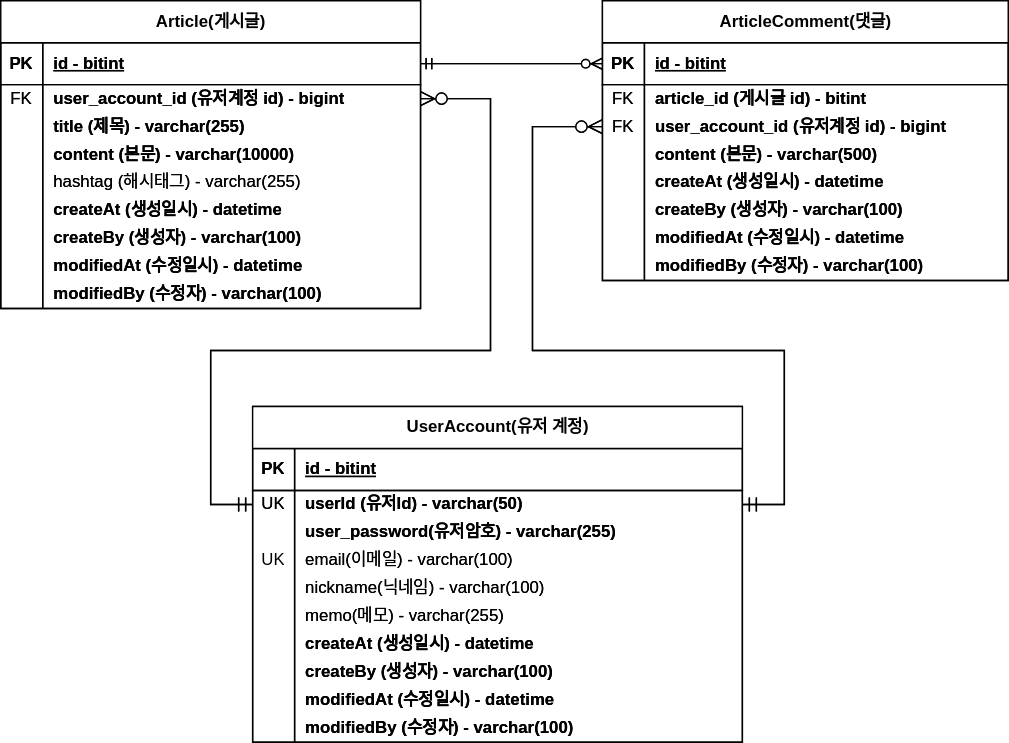
Above: document/board-project-erd.svg in ggamang-so/board-project (draw.io), before the change. Source tidied: cells renumbered, new cells last; positions are measured from the earlier drawing's top-left corner, leaving out a move shared by most shapes.
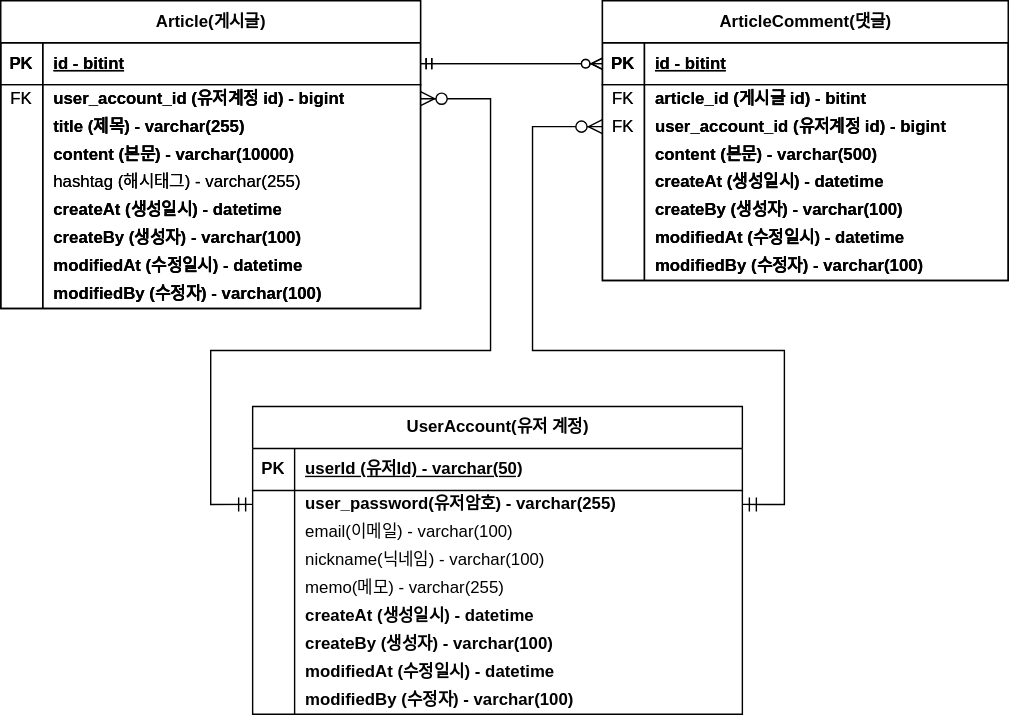
After the commit.

Commit message:
#41 - ERD 문서 수정: 회원 계정 user_id 를 PK 로 변경

Diff of the diagram source:
```diff
@@ -182,7 +182,7 @@
       <mxGeometry x="30" width="270" height="20" as="geometry" />
     </mxCell>
     <mxCell id="60" value="UserAccount(유저 계정)" style="shape=table;startSize=30;rowLines=0;fontStyle=1;align=center;html=1;" parent="1" vertex="1">
-      <mxGeometry x="180" y="290" width="350" height="240" as="geometry" />
+      <mxGeometry x="180" y="290" width="350" height="220" as="geometry" />
     </mxCell>
     <mxCell id="61" style="shape=tableRow;horizontal=0;startSize=0;swimlaneHead=0;swimlaneBody=0;fillColor=none;top=0;left=0;right=0;bottom=1;" parent="60" vertex="1">
       <mxGeometry y="30" width="350" height="30" as="geometry" />
@@ -190,20 +190,11 @@
     <mxCell id="62" value="PK" style="shape=partialRectangle;fillColor=none;top=0;left=0;bottom=0;right=0;fontStyle=1;overflow=hidden;whiteSpace=wrap;html=1;" parent="61" vertex="1">
       <mxGeometry width="30" height="30" as="geometry" />
     </mxCell>
-    <mxCell id="63" value="id - bitint" style="shape=partialRectangle;fillColor=none;top=0;left=0;bottom=0;right=0;align=left;spacingLeft=6;fontStyle=5;overflow=hidden;whiteSpace=wrap;html=1;" parent="61" vertex="1">
+    <mxCell id="63" value="userId (유저Id) - varchar(50)" style="shape=partialRectangle;fillColor=none;top=0;left=0;bottom=0;right=0;align=left;spacingLeft=6;fontStyle=5;overflow=hidden;whiteSpace=wrap;html=1;" parent="61" vertex="1">
       <mxGeometry x="30" width="320" height="30" as="geometry" />
     </mxCell>
-    <mxCell id="64" style="shape=tableRow;horizontal=0;startSize=0;swimlaneHead=0;swimlaneBody=0;fillColor=none;points=[[0,0.5],[1,0.5]];portConstraint=eastwest;top=0;left=0;right=0;bottom=0;" parent="60" vertex="1">
-      <mxGeometry y="60" width="350" height="20" as="geometry" />
-    </mxCell>
-    <mxCell id="65" value="UK" style="shape=partialRectangle;fillColor=none;top=0;left=0;bottom=0;right=0;overflow=hidden;whiteSpace=wrap;html=1;" parent="64" vertex="1">
-      <mxGeometry width="30" height="20" as="geometry" />
-    </mxCell>
-    <mxCell id="66" value="userId (유저Id) - varchar(50)" style="shape=partialRectangle;fillColor=none;top=0;left=0;bottom=0;right=0;align=left;spacingLeft=6;overflow=hidden;whiteSpace=wrap;html=1;fontStyle=1;" parent="64" vertex="1">
-      <mxGeometry x="30" width="320" height="20" as="geometry" />
-    </mxCell>
     <mxCell id="67" style="shape=tableRow;horizontal=0;startSize=0;swimlaneHead=0;swimlaneBody=0;fillColor=none;top=0;left=0;right=0;bottom=0;" parent="60" vertex="1">
-      <mxGeometry y="80" width="350" height="20" as="geometry" />
+      <mxGeometry y="60" width="350" height="20" as="geometry" />
     </mxCell>
     <mxCell id="68" style="shape=partialRectangle;fillColor=none;top=0;left=0;bottom=0;right=0;overflow=hidden;whiteSpace=wrap;html=1;" parent="67" vertex="1">
       <mxGeometry width="30" height="20" as="geometry" />
@@ -212,7 +203,7 @@
       <mxGeometry x="30" width="320" height="20" as="geometry" />
     </mxCell>
     <mxCell id="70" style="shape=tableRow;horizontal=0;startSize=0;swimlaneHead=0;swimlaneBody=0;fillColor=none;top=0;left=0;right=0;bottom=0;" parent="60" vertex="1">
-      <mxGeometry y="100" width="350" height="20" as="geometry" />
+      <mxGeometry y="80" width="350" height="20" as="geometry" />
     </mxCell>
     <mxCell id="71" style="shape=partialRectangle;fillColor=none;top=0;left=0;bottom=0;right=0;overflow=hidden;whiteSpace=wrap;html=1;" parent="70" vertex="1">
       <mxGeometry width="30" height="20" as="geometry" />
@@ -221,7 +212,7 @@
       <mxGeometry x="30" width="320" height="20" as="geometry" />
     </mxCell>
     <mxCell id="73" style="shape=tableRow;horizontal=0;startSize=0;swimlaneHead=0;swimlaneBody=0;fillColor=none;top=0;left=0;right=0;bottom=0;" parent="60" vertex="1">
-      <mxGeometry y="120" width="350" height="20" as="geometry" />
+      <mxGeometry y="100" width="350" height="20" as="geometry" />
     </mxCell>
     <mxCell id="74" style="shape=partialRectangle;fillColor=none;top=0;left=0;bottom=0;right=0;overflow=hidden;whiteSpace=wrap;html=1;" parent="73" vertex="1">
       <mxGeometry width="30" height="20" as="geometry" />
@@ -230,7 +221,7 @@
       <mxGeometry x="30" width="320" height="20" as="geometry" />
     </mxCell>
     <mxCell id="76" style="shape=tableRow;horizontal=0;startSize=0;swimlaneHead=0;swimlaneBody=0;fillColor=none;top=0;left=0;right=0;bottom=0;" parent="60" vertex="1">
-      <mxGeometry y="140" width="350" height="20" as="geometry" />
+      <mxGeometry y="120" width="350" height="20" as="geometry" />
     </mxCell>
     <mxCell id="77" style="shape=partialRectangle;fillColor=none;top=0;left=0;bottom=0;right=0;overflow=hidden;whiteSpace=wrap;html=1;" parent="76" vertex="1">
       <mxGeometry width="30" height="20" as="geometry" />
@@ -239,7 +230,7 @@
       <mxGeometry x="30" width="320" height="20" as="geometry" />
     </mxCell>
     <mxCell id="79" style="shape=tableRow;horizontal=0;startSize=0;swimlaneHead=0;swimlaneBody=0;fillColor=none;top=0;left=0;right=0;bottom=0;" parent="60" vertex="1">
-      <mxGeometry y="160" width="350" height="20" as="geometry" />
+      <mxGeometry y="140" width="350" height="20" as="geometry" />
     </mxCell>
     <mxCell id="80" style="shape=partialRectangle;fillColor=none;top=0;left=0;bottom=0;right=0;overflow=hidden;whiteSpace=wrap;html=1;" parent="79" vertex="1">
       <mxGeometry width="30" height="20" as="geometry" />
@@ -248,7 +239,7 @@
       <mxGeometry x="30" width="320" height="20" as="geometry" />
     </mxCell>
     <mxCell id="82" style="shape=tableRow;horizontal=0;startSize=0;swimlaneHead=0;swimlaneBody=0;fillColor=none;top=0;left=0;right=0;bottom=0;" parent="60" vertex="1">
-      <mxGeometry y="180" width="350" height="20" as="geometry" />
+      <mxGeometry y="160" width="350" height="20" as="geometry" />
     </mxCell>
     <mxCell id="83" style="shape=partialRectangle;fillColor=none;top=0;left=0;bottom=0;right=0;overflow=hidden;whiteSpace=wrap;html=1;" parent="82" vertex="1">
       <mxGeometry width="30" height="20" as="geometry" />
@@ -257,7 +248,7 @@
       <mxGeometry x="30" width="320" height="20" as="geometry" />
     </mxCell>
     <mxCell id="85" style="shape=tableRow;horizontal=0;startSize=0;swimlaneHead=0;swimlaneBody=0;fillColor=none;top=0;left=0;right=0;bottom=0;" parent="60" vertex="1">
-      <mxGeometry y="200" width="350" height="20" as="geometry" />
+      <mxGeometry y="180" width="350" height="20" as="geometry" />
     </mxCell>
     <mxCell id="86" style="shape=partialRectangle;fillColor=none;top=0;left=0;bottom=0;right=0;overflow=hidden;whiteSpace=wrap;html=1;" parent="85" vertex="1">
       <mxGeometry width="30" height="20" as="geometry" />
@@ -266,7 +257,7 @@
       <mxGeometry x="30" width="320" height="20" as="geometry" />
     </mxCell>
     <mxCell id="88" style="shape=tableRow;horizontal=0;startSize=0;swimlaneHead=0;swimlaneBody=0;fillColor=none;top=0;left=0;right=0;bottom=0;" parent="60" vertex="1">
-      <mxGeometry y="220" width="350" height="20" as="geometry" />
+      <mxGeometry y="200" width="350" height="20" as="geometry" />
     </mxCell>
     <mxCell id="89" style="shape=partialRectangle;fillColor=none;top=0;left=0;bottom=0;right=0;overflow=hidden;whiteSpace=wrap;html=1;" parent="88" vertex="1">
       <mxGeometry width="30" height="20" as="geometry" />
@@ -274,8 +265,9 @@
     <mxCell id="90" value="modifiedBy (수정자) - varchar(100)" style="shape=partialRectangle;fillColor=none;top=0;left=0;bottom=0;right=0;align=left;spacingLeft=6;overflow=hidden;whiteSpace=wrap;html=1;fontStyle=1;" parent="88" vertex="1">
       <mxGeometry x="30" width="320" height="20" as="geometry" />
     </mxCell>
-    <mxCell id="91" style="edgeStyle=orthogonalEdgeStyle;fontSize=12;html=1;endArrow=ERzeroToMany;startArrow=ERmandOne;rounded=0;startSize=8;endSize=8;exitX=0;exitY=0.5;exitDx=0;exitDy=0;" parent="1" edge="1" source="64">
+    <mxCell id="91" style="edgeStyle=orthogonalEdgeStyle;fontSize=12;html=1;endArrow=ERzeroToMany;startArrow=ERmandOne;rounded=0;startSize=8;endSize=8;exitX=0;exitY=0.5;exitDx=0;exitDy=0;" parent="1" edge="1">
       <mxGeometry relative="1" as="geometry">
+        <mxPoint x="180" y="360" as="sourcePoint" />
         <mxPoint x="300" y="70" as="targetPoint" />
         <Array as="points">
           <mxPoint x="150" y="360" />
@@ -286,8 +278,9 @@
         </Array>
       </mxGeometry>
     </mxCell>
-    <mxCell id="92" style="edgeStyle=orthogonalEdgeStyle;fontSize=12;html=1;endArrow=ERzeroToMany;startArrow=ERmandOne;rounded=0;startSize=8;endSize=8;exitX=1;exitY=0.5;exitDx=0;exitDy=0;entryX=0;entryY=0.5;entryDx=0;entryDy=0;" parent="1" edge="1" source="64" target="13">
+    <mxCell id="92" style="edgeStyle=orthogonalEdgeStyle;fontSize=12;html=1;endArrow=ERzeroToMany;startArrow=ERmandOne;rounded=0;startSize=8;endSize=8;exitX=1;exitY=0.5;exitDx=0;exitDy=0;entryX=0;entryY=0.5;entryDx=0;entryDy=0;" parent="1" edge="1" target="13">
       <mxGeometry relative="1" as="geometry">
+        <mxPoint x="530" y="360" as="sourcePoint" />
         <Array as="points">
           <mxPoint x="560" y="360" />
           <mxPoint x="560" y="250" />
@@ -478,120 +471,5 @@
     <mxCell id="151" value="modifiedBy (수정자) - varchar(100)" style="shape=partialRectangle;fillColor=none;top=0;left=0;bottom=0;right=0;align=left;spacingLeft=6;overflow=hidden;whiteSpace=wrap;html=1;fontStyle=1;" parent="149" vertex="1">
       <mxGeometry x="30" width="270" height="20" as="geometry" />
     </mxCell>
-    <mxCell id="152" value="UserAccount(유저 계정)" style="shape=table;startSize=30;rowLines=0;fontStyle=1;align=center;html=1;" parent="1" vertex="1">
-      <mxGeometry x="180" y="290" width="350" height="240" as="geometry" />
-    </mxCell>
-    <mxCell id="153" style="shape=tableRow;horizontal=0;startSize=0;swimlaneHead=0;swimlaneBody=0;fillColor=none;top=0;left=0;right=0;bottom=1;" parent="152" vertex="1">
-      <mxGeometry y="30" width="350" height="30" as="geometry" />
-    </mxCell>
-    <mxCell id="154" value="PK" style="shape=partialRectangle;fillColor=none;top=0;left=0;bottom=0;right=0;fontStyle=1;overflow=hidden;whiteSpace=wrap;html=1;" parent="153" vertex="1">
-      <mxGeometry width="30" height="30" as="geometry" />
-    </mxCell>
-    <mxCell id="155" value="id - bitint" style="shape=partialRectangle;fillColor=none;top=0;left=0;bottom=0;right=0;align=left;spacingLeft=6;fontStyle=5;overflow=hidden;whiteSpace=wrap;html=1;" parent="153" vertex="1">
-      <mxGeometry x="30" width="320" height="30" as="geometry" />
-    </mxCell>
-    <mxCell id="156" style="shape=tableRow;horizontal=0;startSize=0;swimlaneHead=0;swimlaneBody=0;fillColor=none;points=[[0,0.5],[1,0.5]];portConstraint=eastwest;top=0;left=0;right=0;bottom=0;" parent="152" vertex="1">
-      <mxGeometry y="60" width="350" height="20" as="geometry" />
-    </mxCell>
-    <mxCell id="157" value="UK" style="shape=partialRectangle;fillColor=none;top=0;left=0;bottom=0;right=0;overflow=hidden;whiteSpace=wrap;html=1;" parent="156" vertex="1">
-      <mxGeometry width="30" height="20" as="geometry" />
-    </mxCell>
-    <mxCell id="158" value="userId (유저Id) - varchar(50)" style="shape=partialRectangle;fillColor=none;top=0;left=0;bottom=0;right=0;align=left;spacingLeft=6;overflow=hidden;whiteSpace=wrap;html=1;fontStyle=1;" parent="156" vertex="1">
-      <mxGeometry x="30" width="320" height="20" as="geometry" />
-    </mxCell>
-    <mxCell id="159" style="shape=tableRow;horizontal=0;startSize=0;swimlaneHead=0;swimlaneBody=0;fillColor=none;top=0;left=0;right=0;bottom=0;" parent="152" vertex="1">
-      <mxGeometry y="80" width="350" height="20" as="geometry" />
-    </mxCell>
-    <mxCell id="160" style="shape=partialRectangle;fillColor=none;top=0;left=0;bottom=0;right=0;overflow=hidden;whiteSpace=wrap;html=1;" parent="159" vertex="1">
-      <mxGeometry width="30" height="20" as="geometry" />
-    </mxCell>
-    <mxCell id="161" value="user_password(유저암호) - varchar(255)" style="shape=partialRectangle;fillColor=none;top=0;left=0;bottom=0;right=0;align=left;spacingLeft=6;overflow=hidden;whiteSpace=wrap;html=1;fontStyle=1;" parent="159" vertex="1">
-      <mxGeometry x="30" width="320" height="20" as="geometry" />
-    </mxCell>
-    <mxCell id="162" style="shape=tableRow;horizontal=0;startSize=0;swimlaneHead=0;swimlaneBody=0;fillColor=none;top=0;left=0;right=0;bottom=0;" parent="152" vertex="1">
-      <mxGeometry y="100" width="350" height="20" as="geometry" />
-    </mxCell>
-    <mxCell id="163" value="UK" style="shape=partialRectangle;fillColor=none;top=0;left=0;bottom=0;right=0;overflow=hidden;whiteSpace=wrap;html=1;" parent="162" vertex="1">
-      <mxGeometry width="30" height="20" as="geometry" />
-    </mxCell>
-    <mxCell id="164" value="email(이메일) - varchar(100)" style="shape=partialRectangle;fillColor=none;top=0;left=0;bottom=0;right=0;align=left;spacingLeft=6;overflow=hidden;whiteSpace=wrap;html=1;" parent="162" vertex="1">
-      <mxGeometry x="30" width="320" height="20" as="geometry" />
-    </mxCell>
-    <mxCell id="165" style="shape=tableRow;horizontal=0;startSize=0;swimlaneHead=0;swimlaneBody=0;fillColor=none;top=0;left=0;right=0;bottom=0;" parent="152" vertex="1">
-      <mxGeometry y="120" width="350" height="20" as="geometry" />
-    </mxCell>
-    <mxCell id="166" style="shape=partialRectangle;fillColor=none;top=0;left=0;bottom=0;right=0;overflow=hidden;whiteSpace=wrap;html=1;" parent="165" vertex="1">
-      <mxGeometry width="30" height="20" as="geometry" />
-    </mxCell>
-    <mxCell id="167" value="nickname(닉네임) - varchar(100)" style="shape=partialRectangle;fillColor=none;top=0;left=0;bottom=0;right=0;align=left;spacingLeft=6;overflow=hidden;whiteSpace=wrap;html=1;" parent="165" vertex="1">
-      <mxGeometry x="30" width="320" height="20" as="geometry" />
-    </mxCell>
-    <mxCell id="168" style="shape=tableRow;horizontal=0;startSize=0;swimlaneHead=0;swimlaneBody=0;fillColor=none;top=0;left=0;right=0;bottom=0;" parent="152" vertex="1">
-      <mxGeometry y="140" width="350" height="20" as="geometry" />
-    </mxCell>
-    <mxCell id="169" style="shape=partialRectangle;fillColor=none;top=0;left=0;bottom=0;right=0;overflow=hidden;whiteSpace=wrap;html=1;" parent="168" vertex="1">
-      <mxGeometry width="30" height="20" as="geometry" />
-    </mxCell>
-    <mxCell id="170" value="memo(메모) - varchar(255)" style="shape=partialRectangle;fillColor=none;top=0;left=0;bottom=0;right=0;align=left;spacingLeft=6;overflow=hidden;whiteSpace=wrap;html=1;" parent="168" vertex="1">
-      <mxGeometry x="30" width="320" height="20" as="geometry" />
-    </mxCell>
-    <mxCell id="171" style="shape=tableRow;horizontal=0;startSize=0;swimlaneHead=0;swimlaneBody=0;fillColor=none;top=0;left=0;right=0;bottom=0;" parent="152" vertex="1">
-      <mxGeometry y="160" width="350" height="20" as="geometry" />
-    </mxCell>
-    <mxCell id="172" style="shape=partialRectangle;fillColor=none;top=0;left=0;bottom=0;right=0;overflow=hidden;whiteSpace=wrap;html=1;" parent="171" vertex="1">
-      <mxGeometry width="30" height="20" as="geometry" />
-    </mxCell>
-    <mxCell id="173" value="createAt (생성일시) - datetime" style="shape=partialRectangle;fillColor=none;top=0;left=0;bottom=0;right=0;align=left;spacingLeft=6;overflow=hidden;whiteSpace=wrap;html=1;fontStyle=1;" parent="171" vertex="1">
-      <mxGeometry x="30" width="320" height="20" as="geometry" />
-    </mxCell>
-    <mxCell id="174" style="shape=tableRow;horizontal=0;startSize=0;swimlaneHead=0;swimlaneBody=0;fillColor=none;top=0;left=0;right=0;bottom=0;" parent="152" vertex="1">
-      <mxGeometry y="180" width="350" height="20" as="geometry" />
-    </mxCell>
-    <mxCell id="175" style="shape=partialRectangle;fillColor=none;top=0;left=0;bottom=0;right=0;overflow=hidden;whiteSpace=wrap;html=1;" parent="174" vertex="1">
-      <mxGeometry width="30" height="20" as="geometry" />
-    </mxCell>
-    <mxCell id="176" value="createBy (생성자) - varchar(100)" style="shape=partialRectangle;fillColor=none;top=0;left=0;bottom=0;right=0;align=left;spacingLeft=6;overflow=hidden;whiteSpace=wrap;html=1;fontStyle=1;" parent="174" vertex="1">
-      <mxGeometry x="30" width="320" height="20" as="geometry" />
-    </mxCell>
-    <mxCell id="177" style="shape=tableRow;horizontal=0;startSize=0;swimlaneHead=0;swimlaneBody=0;fillColor=none;top=0;left=0;right=0;bottom=0;" parent="152" vertex="1">
-      <mxGeometry y="200" width="350" height="20" as="geometry" />
-    </mxCell>
-    <mxCell id="178" style="shape=partialRectangle;fillColor=none;top=0;left=0;bottom=0;right=0;overflow=hidden;whiteSpace=wrap;html=1;" parent="177" vertex="1">
-      <mxGeometry width="30" height="20" as="geometry" />
-    </mxCell>
-    <mxCell id="179" value="modifiedAt (수정일시) - datetime" style="shape=partialRectangle;fillColor=none;top=0;left=0;bottom=0;right=0;align=left;spacingLeft=6;overflow=hidden;whiteSpace=wrap;html=1;fontStyle=1;" parent="177" vertex="1">
-      <mxGeometry x="30" width="320" height="20" as="geometry" />
-    </mxCell>
-    <mxCell id="180" style="shape=tableRow;horizontal=0;startSize=0;swimlaneHead=0;swimlaneBody=0;fillColor=none;top=0;left=0;right=0;bottom=0;" parent="152" vertex="1">
-      <mxGeometry y="220" width="350" height="20" as="geometry" />
-    </mxCell>
-    <mxCell id="181" style="shape=partialRectangle;fillColor=none;top=0;left=0;bottom=0;right=0;overflow=hidden;whiteSpace=wrap;html=1;" parent="180" vertex="1">
-      <mxGeometry width="30" height="20" as="geometry" />
-    </mxCell>
-    <mxCell id="182" value="modifiedBy (수정자) - varchar(100)" style="shape=partialRectangle;fillColor=none;top=0;left=0;bottom=0;right=0;align=left;spacingLeft=6;overflow=hidden;whiteSpace=wrap;html=1;fontStyle=1;" parent="180" vertex="1">
-      <mxGeometry x="30" width="320" height="20" as="geometry" />
-    </mxCell>
-    <mxCell id="183" style="edgeStyle=orthogonalEdgeStyle;fontSize=12;html=1;endArrow=ERzeroToMany;startArrow=ERmandOne;rounded=0;startSize=8;endSize=8;exitX=0;exitY=0.5;exitDx=0;exitDy=0;" parent="1" edge="1" source="156">
-      <mxGeometry relative="1" as="geometry">
-        <mxPoint x="300" y="70" as="targetPoint" />
-        <Array as="points">
-          <mxPoint x="150" y="360" />
-          <mxPoint x="150" y="250" />
-          <mxPoint x="350" y="250" />
-          <mxPoint x="350" y="70" />
-          <mxPoint x="300" y="70" />
-        </Array>
-      </mxGeometry>
-    </mxCell>
-    <mxCell id="184" style="edgeStyle=orthogonalEdgeStyle;fontSize=12;html=1;endArrow=ERzeroToMany;startArrow=ERmandOne;rounded=0;startSize=8;endSize=8;exitX=1;exitY=0.5;exitDx=0;exitDy=0;entryX=0;entryY=0.5;entryDx=0;entryDy=0;" parent="1" edge="1" source="156" target="105">
-      <mxGeometry relative="1" as="geometry">
-        <Array as="points">
-          <mxPoint x="560" y="360" />
-          <mxPoint x="560" y="250" />
-          <mxPoint x="380" y="250" />
-          <mxPoint x="380" y="90" />
-        </Array>
-      </mxGeometry>
-    </mxCell>
   </root>
 </mxGraphModel>
```
